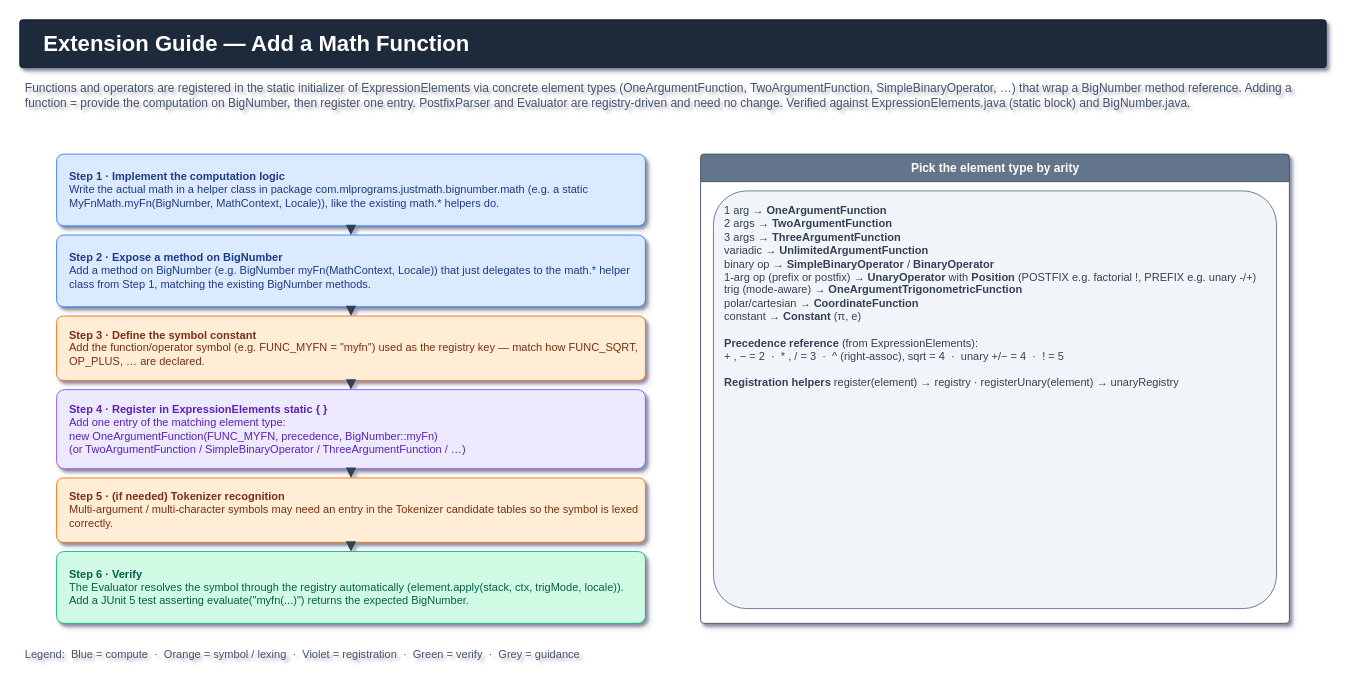
This is docs/diagrams/extension guide for developers/extension add function.drawio from lembergmax/JustMath, a draw.io file, before an edit. Source tidied: cells renumbered, new cells numbered last; positions are measured from the earlier drawing's top-left corner, leaving out a move shared by most shapes. Both pictures are drawn from the tidied source at 92%, with x=0, y=0 at pixel (19, 19).
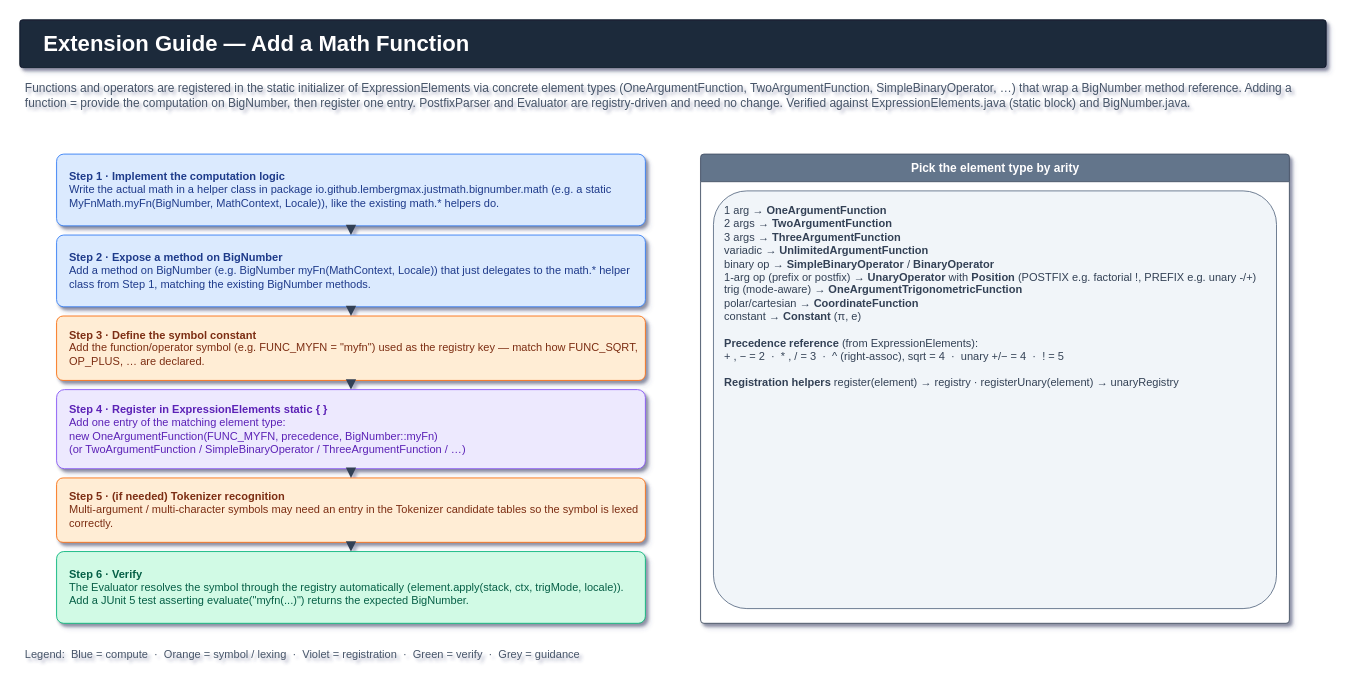
After the change.

Change to the diagram source:
```diff
@@
 <mxGraphModel shadow="1">
   <root>
     <mxCell id="0" />
     <mxCell id="1" parent="0" />
     <mxCell id="2" value="Extension Guide — Add a Math Function" style="rounded=1;arcSize=6;html=1;fillColor=#1E293B;strokeColor=#0F172A;fontColor=#FFFFFF;fontSize=24;fontStyle=1;fontFamily=Helvetica;align=left;verticalAlign=middle;spacingLeft=24;shadow=1;" parent="1" vertex="1">
       <mxGeometry width="1420" height="52" as="geometry" />
     </mxCell>
     <mxCell id="3" value="Functions and operators are registered in the static initializer of ExpressionElements via concrete element types (OneArgumentFunction, TwoArgumentFunction, SimpleBinaryOperator, …) that wrap a BigNumber method reference. Adding a function = provide the computation on BigNumber, then register one entry. PostfixParser and Evaluator are registry-driven and need no change. Verified against ExpressionElements.java (static block) and BigNumber.java." style="text;html=1;fontColor=#475569;fontSize=13;fontFamily=Helvetica;align=left;verticalAlign=top;whiteSpace=wrap;" parent="1" vertex="1">
       <mxGeometry x="4" y="60" width="1416" height="56" as="geometry" />
     </mxCell>
-    <mxCell id="4" value="&lt;b&gt;Step 1 · Implement the computation logic&lt;/b&gt;&lt;br&gt;Write the actual math in a helper class in package com.mlprograms.justmath.bignumber.math (e.g. a static MyFnMath.myFn(BigNumber, MathContext, Locale)), like the existing math.* helpers do." style="rounded=1;arcSize=10;html=1;fillColor=#DBEAFE;strokeColor=#3B82F6;fontColor=#1E3A8A;fontSize=12;fontFamily=Helvetica;align=left;verticalAlign=middle;whiteSpace=wrap;spacingLeft=12;shadow=1;" parent="1" vertex="1">
+    <mxCell id="4" value="&lt;b&gt;Step 1 · Implement the computation logic&lt;/b&gt;&lt;br&gt;Write the actual math in a helper class in package io.github.lembergmax.justmath.bignumber.math (e.g. a static MyFnMath.myFn(BigNumber, MathContext, Locale)), like the existing math.* helpers do." style="rounded=1;arcSize=10;html=1;fillColor=#DBEAFE;strokeColor=#3B82F6;fontColor=#1E3A8A;fontSize=12;fontFamily=Helvetica;align=left;verticalAlign=middle;whiteSpace=wrap;spacingLeft=12;shadow=1;" parent="1" vertex="1">
       <mxGeometry x="40" y="146" width="640" height="78" as="geometry" />
     </mxCell>
     <mxCell id="5" value="&lt;b&gt;Step 2 · Expose a method on BigNumber&lt;/b&gt;&lt;br&gt;Add a method on BigNumber (e.g. BigNumber myFn(MathContext, Locale)) that just delegates to the math.* helper class from Step 1, matching the existing BigNumber methods." style="rounded=1;arcSize=10;html=1;fillColor=#DBEAFE;strokeColor=#3B82F6;fontColor=#1E3A8A;fontSize=12;fontFamily=Helvetica;align=left;verticalAlign=middle;whiteSpace=wrap;spacingLeft=12;shadow=1;" parent="1" vertex="1">
       <mxGeometry x="40" y="234" width="640" height="78" as="geometry" />
     </mxCell>
     <mxCell id="6" value="&lt;b&gt;Step 3 · Define the symbol constant&lt;/b&gt;&lt;br&gt;Add the function/operator symbol (e.g. FUNC_MYFN = &quot;myfn&quot;) used as the registry key — match how FUNC_SQRT, OP_PLUS, … are declared." style="rounded=1;arcSize=10;html=1;fillColor=#FFEDD5;strokeColor=#F97316;fontColor=#7C2D12;fontSize=12;fontFamily=Helvetica;align=left;verticalAlign=middle;whiteSpace=wrap;spacingLeft=12;shadow=1;" parent="1" vertex="1">
       <mxGeometry x="40" y="322" width="640" height="70" as="geometry" />
     </mxCell>
     <mxCell id="7" value="&lt;b&gt;Step 4 · Register in ExpressionElements static { }&lt;/b&gt;&lt;br&gt;Add one entry of the matching element type:&lt;br&gt;new OneArgumentFunction(FUNC_MYFN, precedence, BigNumber::myFn)&lt;br&gt;(or TwoArgumentFunction / SimpleBinaryOperator / ThreeArgumentFunction / …)" style="rounded=1;arcSize=10;html=1;fillColor=#EDE9FE;strokeColor=#8B5CF6;fontColor=#5B21B6;fontSize=12;fontFamily=Helvetica;align=left;verticalAlign=middle;whiteSpace=wrap;spacingLeft=12;shadow=1;" parent="1" vertex="1">
       <mxGeometry x="40" y="402" width="640" height="86" as="geometry" />
     </mxCell>
     <mxCell id="8" value="&lt;b&gt;Step 5 · (if needed) Tokenizer recognition&lt;/b&gt;&lt;br&gt;Multi-argument / multi-character symbols may need an entry in the Tokenizer candidate tables so the symbol is lexed correctly." style="rounded=1;arcSize=10;html=1;fillColor=#FFEDD5;strokeColor=#F97316;fontColor=#7C2D12;fontSize=12;fontFamily=Helvetica;align=left;verticalAlign=middle;whiteSpace=wrap;spacingLeft=12;shadow=1;" parent="1" vertex="1">
       <mxGeometry x="40" y="498" width="640" height="70" as="geometry" />
     </mxCell>
     <mxCell id="9" value="&lt;b&gt;Step 6 · Verify&lt;/b&gt;&lt;br&gt;The Evaluator resolves the symbol through the registry automatically (element.apply(stack, ctx, trigMode, locale)). Add a JUnit 5 test asserting evaluate(&quot;myfn(...)&quot;) returns the expected BigNumber." style="rounded=1;arcSize=10;html=1;fillColor=#D1FAE5;strokeColor=#10B981;fontColor=#065F46;fontSize=12;fontFamily=Helvetica;align=left;verticalAlign=middle;whiteSpace=wrap;spacingLeft=12;shadow=1;" parent="1" vertex="1">
       <mxGeometry x="40" y="578" width="640" height="78" as="geometry" />
     </mxCell>
     <mxCell id="10" value="Pick the element type by arity" style="swimlane;rounded=1;arcSize=4;html=1;startSize=30;fillColor=#64748B;strokeColor=#475569;fontColor=#FFFFFF;fontStyle=1;fontSize=13;fontFamily=Helvetica;align=center;verticalAlign=middle;swimlaneFillColor=#FFFFFF;shadow=1;" parent="1" vertex="1">
       <mxGeometry x="740" y="146" width="640" height="510" as="geometry" />
     </mxCell>
     <mxCell id="11" value="1 arg → &lt;b&gt;OneArgumentFunction&lt;/b&gt;&lt;br&gt;2 args → &lt;b&gt;TwoArgumentFunction&lt;/b&gt;&lt;br&gt;3 args → &lt;b&gt;ThreeArgumentFunction&lt;/b&gt;&lt;br&gt;variadic → &lt;b&gt;UnlimitedArgumentFunction&lt;/b&gt;&lt;br&gt;binary op → &lt;b&gt;SimpleBinaryOperator&lt;/b&gt; / &lt;b&gt;BinaryOperator&lt;/b&gt;&lt;br&gt;1-arg op (prefix or postfix) → &lt;b&gt;UnaryOperator&lt;/b&gt; with &lt;b&gt;Position&lt;/b&gt; (POSTFIX e.g. factorial !, PREFIX e.g. unary -/+)&lt;br&gt;trig (mode-aware) → &lt;b&gt;OneArgumentTrigonometricFunction&lt;/b&gt;&lt;br&gt;polar/cartesian → &lt;b&gt;CoordinateFunction&lt;/b&gt;&lt;br&gt;constant → &lt;b&gt;Constant&lt;/b&gt; (π, e)&lt;br&gt;&lt;br&gt;&lt;b&gt;Precedence reference&lt;/b&gt; (from ExpressionElements):&lt;br&gt;+ , −  = 2  ·  * , /  = 3  ·  ^ (right-assoc), sqrt = 4  ·  unary +/− = 4  ·  ! = 5&lt;br&gt;&lt;br&gt;&lt;b&gt;Registration helpers&lt;/b&gt; register(element) → registry · registerUnary(element) → unaryRegistry" style="text;html=1;fillColor=#F1F5F9;strokeColor=#64748B;fontColor=#334155;fontSize=12;fontFamily=Helvetica;align=left;verticalAlign=top;whiteSpace=wrap;rounded=1;arcSize=8;spacingLeft=10;spacingTop=8;spacingRight=10;" parent="10" vertex="1">
       <mxGeometry x="14" y="40" width="612" height="454" as="geometry" />
     </mxCell>
     <mxCell id="12" style="endArrow=block;html=1;rounded=1;strokeColor=#334155;strokeWidth=2;" parent="1" edge="1" source="4" target="5">
       <mxGeometry relative="1" as="geometry" />
     </mxCell>
     <mxCell id="13" style="endArrow=block;html=1;rounded=1;strokeColor=#334155;strokeWidth=2;" parent="1" edge="1" source="5" target="6">
       <mxGeometry relative="1" as="geometry" />
     </mxCell>
     <mxCell id="14" style="endArrow=block;html=1;rounded=1;strokeColor=#334155;strokeWidth=2;" parent="1" edge="1" source="6" target="7">
       <mxGeometry relative="1" as="geometry" />
     </mxCell>
     <mxCell id="15" style="endArrow=block;html=1;rounded=1;strokeColor=#334155;strokeWidth=2;" parent="1" edge="1" source="7" target="8">
       <mxGeometry relative="1" as="geometry" />
     </mxCell>
     <mxCell id="16" style="endArrow=block;html=1;rounded=1;strokeColor=#334155;strokeWidth=2;" parent="1" edge="1" source="8" target="9">
       <mxGeometry relative="1" as="geometry" />
     </mxCell>
     <mxCell id="17" value="Legend:  Blue = compute  ·  Orange = symbol / lexing  ·  Violet = registration  ·  Green = verify  ·  Grey = guidance" style="text;html=1;fontColor=#475569;fontSize=12;fontFamily=Helvetica;align=left;" parent="1" vertex="1">
       <mxGeometry x="4" y="676" width="700" height="24" as="geometry" />
     </mxCell>
   </root>
 </mxGraphModel>
```
